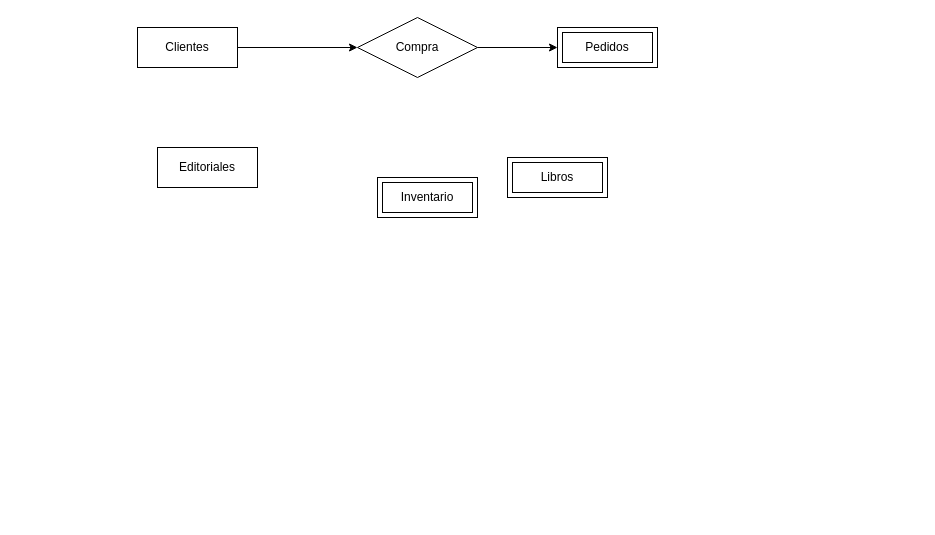
Earlier version of the draw.io diagram Modelo.drawio (Aldo-CL/Bases-Datos). Source tidied: cells renumbered, new cells numbered last; positions are measured from the earlier drawing's top-left corner, leaving out a move shared by most shapes. Both pictures are drawn from the tidied source at 100%, with x=0, y=0 at pixel (137, 17).
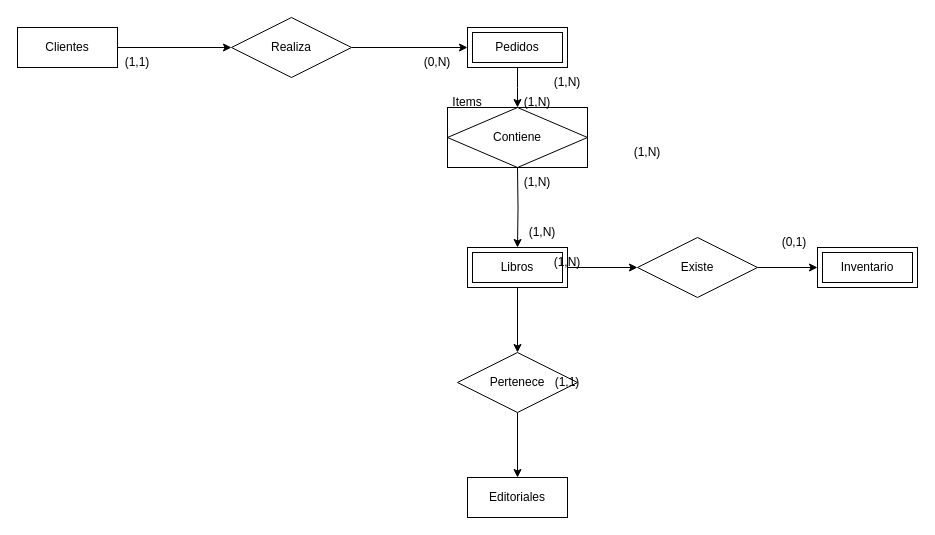
The same page after the edit.

Change to the diagram source:
```diff
@@
     <mxCell id="3" value="Clientes" style="whiteSpace=wrap;html=1;align=center;" parent="1" vertex="1">
-      <mxGeometry y="10" width="100" height="40" as="geometry" />
+      <mxGeometry x="-120" y="10" width="100" height="40" as="geometry" />
     </mxCell>
+    <mxCell id="10" style="edgeStyle=orthogonalEdgeStyle;rounded=0;jettySize=auto;html=1;exitX=0.5;exitY=1;exitDx=0;exitDy=0;" parent="1" edge="1" source="4">
+      <mxGeometry relative="1" as="geometry">
+        <mxPoint x="380" y="90" as="targetPoint" />
+      </mxGeometry>
+    </mxCell>
     <mxCell id="4" value="Pedidos" style="shape=ext;margin=3;double=1;whiteSpace=wrap;html=1;align=center;" parent="1" vertex="1">
-      <mxGeometry x="420" y="10" width="100" height="40" as="geometry" />
+      <mxGeometry x="330" y="10" width="100" height="40" as="geometry" />
     </mxCell>
+    <mxCell id="11" style="edgeStyle=orthogonalEdgeStyle;rounded=0;jettySize=auto;html=1;exitX=0.5;exitY=1;exitDx=0;exitDy=0;entryX=0.5;entryY=0;entryDx=0;entryDy=0;" parent="1" edge="1" source="5" target="19">
+      <mxGeometry relative="1" as="geometry" />
+    </mxCell>
+    <mxCell id="12" style="edgeStyle=orthogonalEdgeStyle;rounded=0;jettySize=auto;html=1;entryX=0;entryY=0.5;entryDx=0;entryDy=0;" parent="1" edge="1" source="5" target="23">
+      <mxGeometry relative="1" as="geometry" />
+    </mxCell>
     <mxCell id="5" value="Libros" style="shape=ext;margin=3;double=1;whiteSpace=wrap;html=1;align=center;" parent="1" vertex="1">
-      <mxGeometry x="370" y="140" width="100" height="40" as="geometry" />
+      <mxGeometry x="330" y="230" width="100" height="40" as="geometry" />
     </mxCell>
     <mxCell id="6" value="Inventario" style="shape=ext;margin=3;double=1;whiteSpace=wrap;html=1;align=center;" parent="1" vertex="1">
-      <mxGeometry x="240" y="160" width="100" height="40" as="geometry" />
+      <mxGeometry x="680" y="230" width="100" height="40" as="geometry" />
     </mxCell>
     <mxCell id="7" value="Editoriales" style="whiteSpace=wrap;html=1;align=center;" parent="1" vertex="1">
-      <mxGeometry x="20" y="130" width="100" height="40" as="geometry" />
+      <mxGeometry x="330" y="460" width="100" height="40" as="geometry" />
     </mxCell>
@@
-    <mxCell id="9" value="Compra" style="shape=rhombus;perimeter=rhombusPerimeter;whiteSpace=wrap;html=1;align=center;" parent="1" vertex="1">
-      <mxGeometry x="220" width="120" height="60" as="geometry" />
+    <mxCell id="9" value="Realiza" style="shape=rhombus;perimeter=rhombusPerimeter;whiteSpace=wrap;html=1;align=center;" parent="1" vertex="1">
+      <mxGeometry x="94" width="120" height="60" as="geometry" />
     </mxCell>
+    <mxCell id="13" value="(1,1)" style="text;html=1;align=center;verticalAlign=middle;whiteSpace=wrap;rounded=0;" parent="1" vertex="1">
+      <mxGeometry x="-30" y="30" width="60" height="30" as="geometry" />
+    </mxCell>
+    <mxCell id="14" value="(0,N)" style="text;html=1;align=center;verticalAlign=middle;whiteSpace=wrap;rounded=0;" parent="1" vertex="1">
+      <mxGeometry x="270" y="30" width="60" height="30" as="geometry" />
+    </mxCell>
+    <mxCell id="15" style="edgeStyle=orthogonalEdgeStyle;rounded=0;jettySize=auto;html=1;exitX=0.5;exitY=1;exitDx=0;exitDy=0;" parent="1" edge="1" target="5">
+      <mxGeometry relative="1" as="geometry">
+        <mxPoint x="380" y="150" as="sourcePoint" />
+      </mxGeometry>
+    </mxCell>
+    <mxCell id="16" value="(1,N)" style="text;html=1;align=center;verticalAlign=middle;whiteSpace=wrap;rounded=0;" parent="1" vertex="1">
+      <mxGeometry x="400" y="50" width="60" height="30" as="geometry" />
+    </mxCell>
+    <mxCell id="17" value="(1,N)" style="text;html=1;align=center;verticalAlign=middle;whiteSpace=wrap;rounded=0;" parent="1" vertex="1">
+      <mxGeometry x="370" y="150" width="60" height="30" as="geometry" />
+    </mxCell>
+    <mxCell id="18" style="edgeStyle=orthogonalEdgeStyle;rounded=0;jettySize=auto;html=1;exitX=0.5;exitY=1;exitDx=0;exitDy=0;entryX=0.5;entryY=0;entryDx=0;entryDy=0;" parent="1" edge="1" source="19" target="7">
+      <mxGeometry relative="1" as="geometry" />
+    </mxCell>
+    <mxCell id="19" value="Pertenece" style="shape=rhombus;perimeter=rhombusPerimeter;whiteSpace=wrap;html=1;align=center;" parent="1" vertex="1">
+      <mxGeometry x="320" y="335" width="120" height="60" as="geometry" />
+    </mxCell>
+    <mxCell id="20" value="(1,1)" style="text;html=1;align=center;verticalAlign=middle;whiteSpace=wrap;rounded=0;" parent="1" vertex="1">
+      <mxGeometry x="400" y="350" width="60" height="30" as="geometry" />
+    </mxCell>
+    <mxCell id="21" value="(1,N)" style="text;html=1;align=center;verticalAlign=middle;whiteSpace=wrap;rounded=0;" parent="1" vertex="1">
+      <mxGeometry x="400" y="230" width="60" height="30" as="geometry" />
+    </mxCell>
+    <mxCell id="22" style="edgeStyle=orthogonalEdgeStyle;rounded=0;jettySize=auto;html=1;exitX=1;exitY=0.5;exitDx=0;exitDy=0;entryX=0;entryY=0.5;entryDx=0;entryDy=0;" parent="1" edge="1" source="23" target="6">
+      <mxGeometry relative="1" as="geometry" />
+    </mxCell>
+    <mxCell id="23" value="Existe" style="shape=rhombus;perimeter=rhombusPerimeter;whiteSpace=wrap;html=1;align=center;" parent="1" vertex="1">
+      <mxGeometry x="500" y="220" width="120" height="60" as="geometry" />
+    </mxCell>
+    <mxCell id="24" value="(1,N)" style="text;html=1;align=center;verticalAlign=middle;whiteSpace=wrap;rounded=0;" parent="1" vertex="1">
+      <mxGeometry x="380" y="205" width="50" height="20" as="geometry" />
+    </mxCell>
+    <mxCell id="25" value="(0,1)" style="text;html=1;align=center;verticalAlign=middle;whiteSpace=wrap;rounded=0;" parent="1" vertex="1">
+      <mxGeometry x="627" y="210" width="60" height="30" as="geometry" />
+    </mxCell>
+    <mxCell id="26" value="Contiene" style="shape=associativeEntity;whiteSpace=wrap;html=1;align=center;" parent="1" vertex="1">
+      <mxGeometry x="310" y="90" width="140" height="60" as="geometry" />
+    </mxCell>
+    <mxCell id="27" value="Items" style="text;html=1;align=center;verticalAlign=middle;whiteSpace=wrap;rounded=0;" parent="1" vertex="1">
+      <mxGeometry x="310" y="70" width="40" height="30" as="geometry" />
+    </mxCell>
+    <mxCell id="28" value="(1,N)" style="text;html=1;align=center;verticalAlign=middle;whiteSpace=wrap;rounded=0;" parent="1" vertex="1">
+      <mxGeometry x="370" y="70" width="60" height="30" as="geometry" />
+    </mxCell>
+    <mxCell id="29" value="(1,N)" style="text;html=1;align=center;verticalAlign=middle;whiteSpace=wrap;rounded=0;" parent="1" vertex="1">
+      <mxGeometry x="480" y="120" width="60" height="30" as="geometry" />
+    </mxCell>
```
